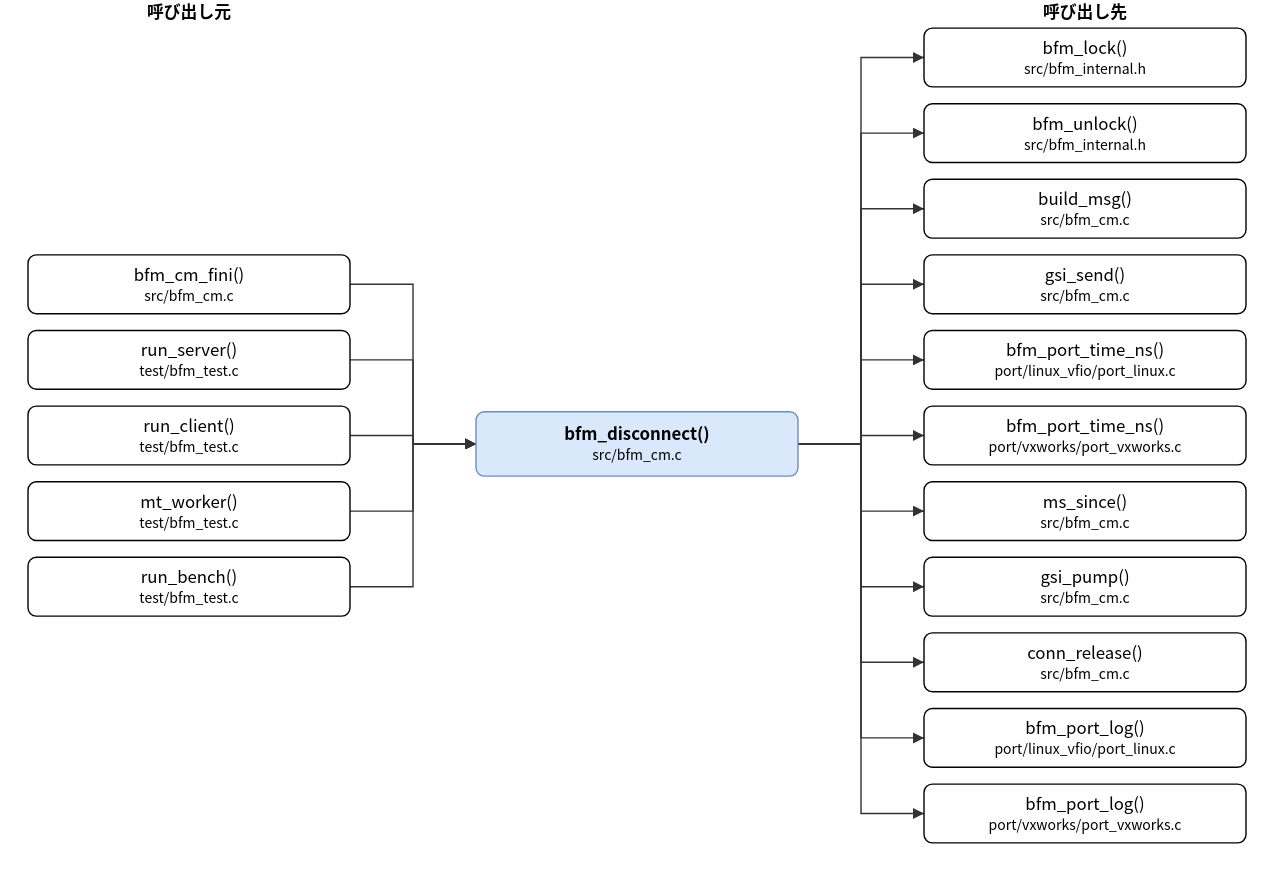
The draw.io diagram doc/spec/images/call_src_bfm_cm-bfm_disconnect.drawio.svg in hf355051012-ai/bfmem, before a commit. Source tidied: cells renumbered, new cells last; positions are measured from the earlier drawing's top-left corner, leaving out a move shared by most shapes.
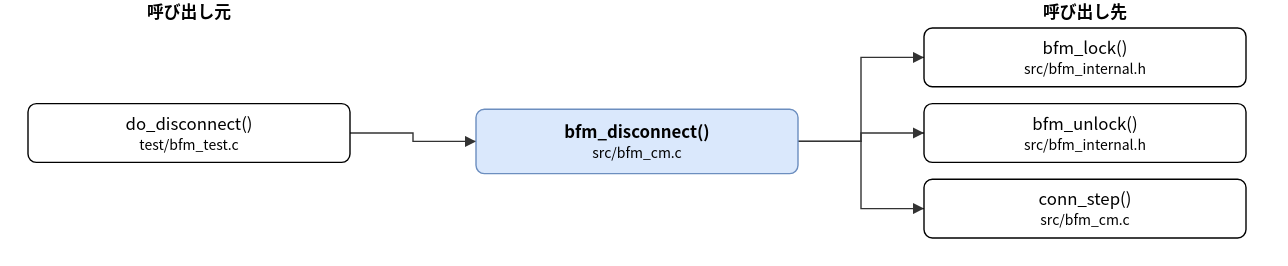
Later version of the same file.

Diff of the diagram source:
```diff
@@ -3,184 +3,52 @@
     <mxCell id="0" />
     <mxCell id="1" parent="0" />
     <mxCell id="2" value="bfm_disconnect()&lt;br&gt;&lt;font style=&quot;font-size:10px&quot;&gt;src/bfm_cm.c&lt;/font&gt;" style="rounded=1;whiteSpace=wrap;html=1;fillColor=#dae8fc;strokeColor=#6c8ebf;fontStyle=1;" parent="1" vertex="1">
-      <mxGeometry x="320" y="294" width="230" height="46" as="geometry" />
+      <mxGeometry x="320" y="78" width="230" height="46" as="geometry" />
     </mxCell>
-    <mxCell id="3" value="bfm_cm_fini()&lt;br&gt;&lt;font style=&quot;font-size:10px&quot;&gt;src/bfm_cm.c&lt;/font&gt;" style="rounded=1;whiteSpace=wrap;html=1;" parent="1" vertex="1">
-      <mxGeometry y="182" width="230" height="42" as="geometry" />
+    <mxCell id="3" value="do_disconnect()&lt;br&gt;&lt;font style=&quot;font-size:10px&quot;&gt;test/bfm_test.c&lt;/font&gt;" style="rounded=1;whiteSpace=wrap;html=1;" parent="1" vertex="1">
+      <mxGeometry y="74" width="230" height="42" as="geometry" />
     </mxCell>
-    <mxCell id="4" value="run_server()&lt;br&gt;&lt;font style=&quot;font-size:10px&quot;&gt;test/bfm_test.c&lt;/font&gt;" style="rounded=1;whiteSpace=wrap;html=1;" parent="1" vertex="1">
-      <mxGeometry y="236" width="230" height="42" as="geometry" />
-    </mxCell>
-    <mxCell id="5" value="run_client()&lt;br&gt;&lt;font style=&quot;font-size:10px&quot;&gt;test/bfm_test.c&lt;/font&gt;" style="rounded=1;whiteSpace=wrap;html=1;" parent="1" vertex="1">
-      <mxGeometry y="290" width="230" height="42" as="geometry" />
-    </mxCell>
-    <mxCell id="6" value="mt_worker()&lt;br&gt;&lt;font style=&quot;font-size:10px&quot;&gt;test/bfm_test.c&lt;/font&gt;" style="rounded=1;whiteSpace=wrap;html=1;" parent="1" vertex="1">
-      <mxGeometry y="344" width="230" height="42" as="geometry" />
-    </mxCell>
-    <mxCell id="7" value="run_bench()&lt;br&gt;&lt;font style=&quot;font-size:10px&quot;&gt;test/bfm_test.c&lt;/font&gt;" style="rounded=1;whiteSpace=wrap;html=1;" parent="1" vertex="1">
-      <mxGeometry y="398" width="230" height="42" as="geometry" />
-    </mxCell>
     <mxCell id="8" value="bfm_lock()&lt;br&gt;&lt;font style=&quot;font-size:10px&quot;&gt;src/bfm_internal.h&lt;/font&gt;" style="rounded=1;whiteSpace=wrap;html=1;" parent="1" vertex="1">
       <mxGeometry x="640" y="20" width="230" height="42" as="geometry" />
     </mxCell>
     <mxCell id="9" value="bfm_unlock()&lt;br&gt;&lt;font style=&quot;font-size:10px&quot;&gt;src/bfm_internal.h&lt;/font&gt;" style="rounded=1;whiteSpace=wrap;html=1;" parent="1" vertex="1">
       <mxGeometry x="640" y="74" width="230" height="42" as="geometry" />
     </mxCell>
-    <mxCell id="10" value="build_msg()&lt;br&gt;&lt;font style=&quot;font-size:10px&quot;&gt;src/bfm_cm.c&lt;/font&gt;" style="rounded=1;whiteSpace=wrap;html=1;" parent="1" vertex="1">
+    <mxCell id="10" value="conn_step()&lt;br&gt;&lt;font style=&quot;font-size:10px&quot;&gt;src/bfm_cm.c&lt;/font&gt;" style="rounded=1;whiteSpace=wrap;html=1;" parent="1" vertex="1">
       <mxGeometry x="640" y="128" width="230" height="42" as="geometry" />
     </mxCell>
-    <mxCell id="11" value="gsi_send()&lt;br&gt;&lt;font style=&quot;font-size:10px&quot;&gt;src/bfm_cm.c&lt;/font&gt;" style="rounded=1;whiteSpace=wrap;html=1;" parent="1" vertex="1">
-      <mxGeometry x="640" y="182" width="230" height="42" as="geometry" />
-    </mxCell>
-    <mxCell id="12" value="bfm_port_time_ns()&lt;br&gt;&lt;font style=&quot;font-size:10px&quot;&gt;port/linux_vfio/port_linux.c&lt;/font&gt;" style="rounded=1;whiteSpace=wrap;html=1;" parent="1" vertex="1">
-      <mxGeometry x="640" y="236" width="230" height="42" as="geometry" />
-    </mxCell>
-    <mxCell id="13" value="bfm_port_time_ns()&lt;br&gt;&lt;font style=&quot;font-size:10px&quot;&gt;port/vxworks/port_vxworks.c&lt;/font&gt;" style="rounded=1;whiteSpace=wrap;html=1;" parent="1" vertex="1">
-      <mxGeometry x="640" y="290" width="230" height="42" as="geometry" />
-    </mxCell>
-    <mxCell id="14" value="ms_since()&lt;br&gt;&lt;font style=&quot;font-size:10px&quot;&gt;src/bfm_cm.c&lt;/font&gt;" style="rounded=1;whiteSpace=wrap;html=1;" parent="1" vertex="1">
-      <mxGeometry x="640" y="344" width="230" height="42" as="geometry" />
-    </mxCell>
-    <mxCell id="15" value="gsi_pump()&lt;br&gt;&lt;font style=&quot;font-size:10px&quot;&gt;src/bfm_cm.c&lt;/font&gt;" style="rounded=1;whiteSpace=wrap;html=1;" parent="1" vertex="1">
-      <mxGeometry x="640" y="398" width="230" height="42" as="geometry" />
-    </mxCell>
-    <mxCell id="16" value="conn_release()&lt;br&gt;&lt;font style=&quot;font-size:10px&quot;&gt;src/bfm_cm.c&lt;/font&gt;" style="rounded=1;whiteSpace=wrap;html=1;" parent="1" vertex="1">
-      <mxGeometry x="640" y="452" width="230" height="42" as="geometry" />
-    </mxCell>
-    <mxCell id="17" value="bfm_port_log()&lt;br&gt;&lt;font style=&quot;font-size:10px&quot;&gt;port/linux_vfio/port_linux.c&lt;/font&gt;" style="rounded=1;whiteSpace=wrap;html=1;" parent="1" vertex="1">
-      <mxGeometry x="640" y="506" width="230" height="42" as="geometry" />
-    </mxCell>
-    <mxCell id="18" value="bfm_port_log()&lt;br&gt;&lt;font style=&quot;font-size:10px&quot;&gt;port/vxworks/port_vxworks.c&lt;/font&gt;" style="rounded=1;whiteSpace=wrap;html=1;" parent="1" vertex="1">
-      <mxGeometry x="640" y="560" width="230" height="42" as="geometry" />
-    </mxCell>
     <mxCell id="19" style="edgeStyle=none;html=1;rounded=0;endArrow=block;endFill=1;exitX=1.0000;exitY=0.5000;exitDx=0;exitDy=0;exitPerimeter=0;entryX=0.0000;entryY=0.5000;entryDx=0;entryDy=0;entryPerimeter=0;" parent="1" edge="1" source="3" target="2">
       <mxGeometry relative="1" as="geometry">
         <Array as="points">
-          <mxPoint x="275" y="203" />
-          <mxPoint x="275" y="317" />
+          <mxPoint x="275" y="95" />
+          <mxPoint x="275" y="101" />
         </Array>
       </mxGeometry>
     </mxCell>
-    <mxCell id="20" style="edgeStyle=none;html=1;rounded=0;endArrow=block;endFill=1;exitX=1.0000;exitY=0.5000;exitDx=0;exitDy=0;exitPerimeter=0;entryX=0.0000;entryY=0.5000;entryDx=0;entryDy=0;entryPerimeter=0;" parent="1" edge="1" source="4" target="2">
+    <mxCell id="20" style="edgeStyle=none;html=1;rounded=0;endArrow=block;endFill=1;exitX=1.0000;exitY=0.5000;exitDx=0;exitDy=0;exitPerimeter=0;entryX=0.0000;entryY=0.5000;entryDx=0;entryDy=0;entryPerimeter=0;" parent="1" edge="1" source="2" target="8">
       <mxGeometry relative="1" as="geometry">
         <Array as="points">
-          <mxPoint x="275" y="257" />
-          <mxPoint x="275" y="317" />
+          <mxPoint x="595" y="101" />
+          <mxPoint x="595" y="41" />
         </Array>
       </mxGeometry>
     </mxCell>
-    <mxCell id="21" style="edgeStyle=none;html=1;rounded=0;endArrow=block;endFill=1;exitX=1.0000;exitY=0.5000;exitDx=0;exitDy=0;exitPerimeter=0;entryX=0.0000;entryY=0.5000;entryDx=0;entryDy=0;entryPerimeter=0;" parent="1" edge="1" source="5" target="2">
+    <mxCell id="21" style="edgeStyle=none;html=1;rounded=0;endArrow=block;endFill=1;exitX=1.0000;exitY=0.5000;exitDx=0;exitDy=0;exitPerimeter=0;entryX=0.0000;entryY=0.5000;entryDx=0;entryDy=0;entryPerimeter=0;" parent="1" edge="1" source="2" target="9">
       <mxGeometry relative="1" as="geometry">
         <Array as="points">
-          <mxPoint x="275" y="311" />
-          <mxPoint x="275" y="317" />
+          <mxPoint x="595" y="101" />
+          <mxPoint x="595" y="95" />
         </Array>
       </mxGeometry>
     </mxCell>
-    <mxCell id="22" style="edgeStyle=none;html=1;rounded=0;endArrow=block;endFill=1;exitX=1.0000;exitY=0.5000;exitDx=0;exitDy=0;exitPerimeter=0;entryX=0.0000;entryY=0.5000;entryDx=0;entryDy=0;entryPerimeter=0;" parent="1" edge="1" source="6" target="2">
+    <mxCell id="22" style="edgeStyle=none;html=1;rounded=0;endArrow=block;endFill=1;exitX=1.0000;exitY=0.5000;exitDx=0;exitDy=0;exitPerimeter=0;entryX=0.0000;entryY=0.5000;entryDx=0;entryDy=0;entryPerimeter=0;" parent="1" edge="1" source="2" target="10">
       <mxGeometry relative="1" as="geometry">
         <Array as="points">
-          <mxPoint x="275" y="365" />
-          <mxPoint x="275" y="317" />
+          <mxPoint x="595" y="101" />
+          <mxPoint x="595" y="149" />
         </Array>
       </mxGeometry>
     </mxCell>
-    <mxCell id="23" style="edgeStyle=none;html=1;rounded=0;endArrow=block;endFill=1;exitX=1.0000;exitY=0.5000;exitDx=0;exitDy=0;exitPerimeter=0;entryX=0.0000;entryY=0.5000;entryDx=0;entryDy=0;entryPerimeter=0;" parent="1" edge="1" source="7" target="2">
-      <mxGeometry relative="1" as="geometry">
-        <Array as="points">
-          <mxPoint x="275" y="419" />
-          <mxPoint x="275" y="317" />
-        </Array>
-      </mxGeometry>
-    </mxCell>
-    <mxCell id="24" style="edgeStyle=none;html=1;rounded=0;endArrow=block;endFill=1;exitX=1.0000;exitY=0.5000;exitDx=0;exitDy=0;exitPerimeter=0;entryX=0.0000;entryY=0.5000;entryDx=0;entryDy=0;entryPerimeter=0;" parent="1" edge="1" source="2" target="8">
-      <mxGeometry relative="1" as="geometry">
-        <Array as="points">
-          <mxPoint x="595" y="317" />
-          <mxPoint x="595" y="41" />
-        </Array>
-      </mxGeometry>
-    </mxCell>
-    <mxCell id="25" style="edgeStyle=none;html=1;rounded=0;endArrow=block;endFill=1;exitX=1.0000;exitY=0.5000;exitDx=0;exitDy=0;exitPerimeter=0;entryX=0.0000;entryY=0.5000;entryDx=0;entryDy=0;entryPerimeter=0;" parent="1" edge="1" source="2" target="9">
-      <mxGeometry relative="1" as="geometry">
-        <Array as="points">
-          <mxPoint x="595" y="317" />
-          <mxPoint x="595" y="95" />
-        </Array>
-      </mxGeometry>
-    </mxCell>
-    <mxCell id="26" style="edgeStyle=none;html=1;rounded=0;endArrow=block;endFill=1;exitX=1.0000;exitY=0.5000;exitDx=0;exitDy=0;exitPerimeter=0;entryX=0.0000;entryY=0.5000;entryDx=0;entryDy=0;entryPerimeter=0;" parent="1" edge="1" source="2" target="10">
-      <mxGeometry relative="1" as="geometry">
-        <Array as="points">
-          <mxPoint x="595" y="317" />
-          <mxPoint x="595" y="149" />
-        </Array>
-      </mxGeometry>
-    </mxCell>
-    <mxCell id="27" style="edgeStyle=none;html=1;rounded=0;endArrow=block;endFill=1;exitX=1.0000;exitY=0.5000;exitDx=0;exitDy=0;exitPerimeter=0;entryX=0.0000;entryY=0.5000;entryDx=0;entryDy=0;entryPerimeter=0;" parent="1" edge="1" source="2" target="11">
-      <mxGeometry relative="1" as="geometry">
-        <Array as="points">
-          <mxPoint x="595" y="317" />
-          <mxPoint x="595" y="203" />
-        </Array>
-      </mxGeometry>
-    </mxCell>
-    <mxCell id="28" style="edgeStyle=none;html=1;rounded=0;endArrow=block;endFill=1;exitX=1.0000;exitY=0.5000;exitDx=0;exitDy=0;exitPerimeter=0;entryX=0.0000;entryY=0.5000;entryDx=0;entryDy=0;entryPerimeter=0;" parent="1" edge="1" source="2" target="12">
-      <mxGeometry relative="1" as="geometry">
-        <Array as="points">
-          <mxPoint x="595" y="317" />
-          <mxPoint x="595" y="257" />
-        </Array>
-      </mxGeometry>
-    </mxCell>
-    <mxCell id="29" style="edgeStyle=none;html=1;rounded=0;endArrow=block;endFill=1;exitX=1.0000;exitY=0.5000;exitDx=0;exitDy=0;exitPerimeter=0;entryX=0.0000;entryY=0.5000;entryDx=0;entryDy=0;entryPerimeter=0;" parent="1" edge="1" source="2" target="13">
-      <mxGeometry relative="1" as="geometry">
-        <Array as="points">
-          <mxPoint x="595" y="317" />
-          <mxPoint x="595" y="311" />
-        </Array>
-      </mxGeometry>
-    </mxCell>
-    <mxCell id="30" style="edgeStyle=none;html=1;rounded=0;endArrow=block;endFill=1;exitX=1.0000;exitY=0.5000;exitDx=0;exitDy=0;exitPerimeter=0;entryX=0.0000;entryY=0.5000;entryDx=0;entryDy=0;entryPerimeter=0;" parent="1" edge="1" source="2" target="14">
-      <mxGeometry relative="1" as="geometry">
-        <Array as="points">
-          <mxPoint x="595" y="317" />
-          <mxPoint x="595" y="365" />
-        </Array>
-      </mxGeometry>
-    </mxCell>
-    <mxCell id="31" style="edgeStyle=none;html=1;rounded=0;endArrow=block;endFill=1;exitX=1.0000;exitY=0.5000;exitDx=0;exitDy=0;exitPerimeter=0;entryX=0.0000;entryY=0.5000;entryDx=0;entryDy=0;entryPerimeter=0;" parent="1" edge="1" source="2" target="15">
-      <mxGeometry relative="1" as="geometry">
-        <Array as="points">
-          <mxPoint x="595" y="317" />
-          <mxPoint x="595" y="419" />
-        </Array>
-      </mxGeometry>
-    </mxCell>
-    <mxCell id="32" style="edgeStyle=none;html=1;rounded=0;endArrow=block;endFill=1;exitX=1.0000;exitY=0.5000;exitDx=0;exitDy=0;exitPerimeter=0;entryX=0.0000;entryY=0.5000;entryDx=0;entryDy=0;entryPerimeter=0;" parent="1" edge="1" source="2" target="16">
-      <mxGeometry relative="1" as="geometry">
-        <Array as="points">
-          <mxPoint x="595" y="317" />
-          <mxPoint x="595" y="473" />
-        </Array>
-      </mxGeometry>
-    </mxCell>
-    <mxCell id="33" style="edgeStyle=none;html=1;rounded=0;endArrow=block;endFill=1;exitX=1.0000;exitY=0.5000;exitDx=0;exitDy=0;exitPerimeter=0;entryX=0.0000;entryY=0.5000;entryDx=0;entryDy=0;entryPerimeter=0;" parent="1" edge="1" source="2" target="17">
-      <mxGeometry relative="1" as="geometry">
-        <Array as="points">
-          <mxPoint x="595" y="317" />
-          <mxPoint x="595" y="527" />
-        </Array>
-      </mxGeometry>
-    </mxCell>
-    <mxCell id="34" style="edgeStyle=none;html=1;rounded=0;endArrow=block;endFill=1;exitX=1.0000;exitY=0.5000;exitDx=0;exitDy=0;exitPerimeter=0;entryX=0.0000;entryY=0.5000;entryDx=0;entryDy=0;entryPerimeter=0;" parent="1" edge="1" source="2" target="18">
-      <mxGeometry relative="1" as="geometry">
-        <Array as="points">
-          <mxPoint x="595" y="317" />
-          <mxPoint x="595" y="581" />
-        </Array>
-      </mxGeometry>
-    </mxCell>
     <mxCell id="35" value="呼び出し元" style="text;html=1;align=center;fontStyle=1;" parent="1" vertex="1">
       <mxGeometry x="35" width="160" height="18" as="geometry" />
     </mxCell>
```
